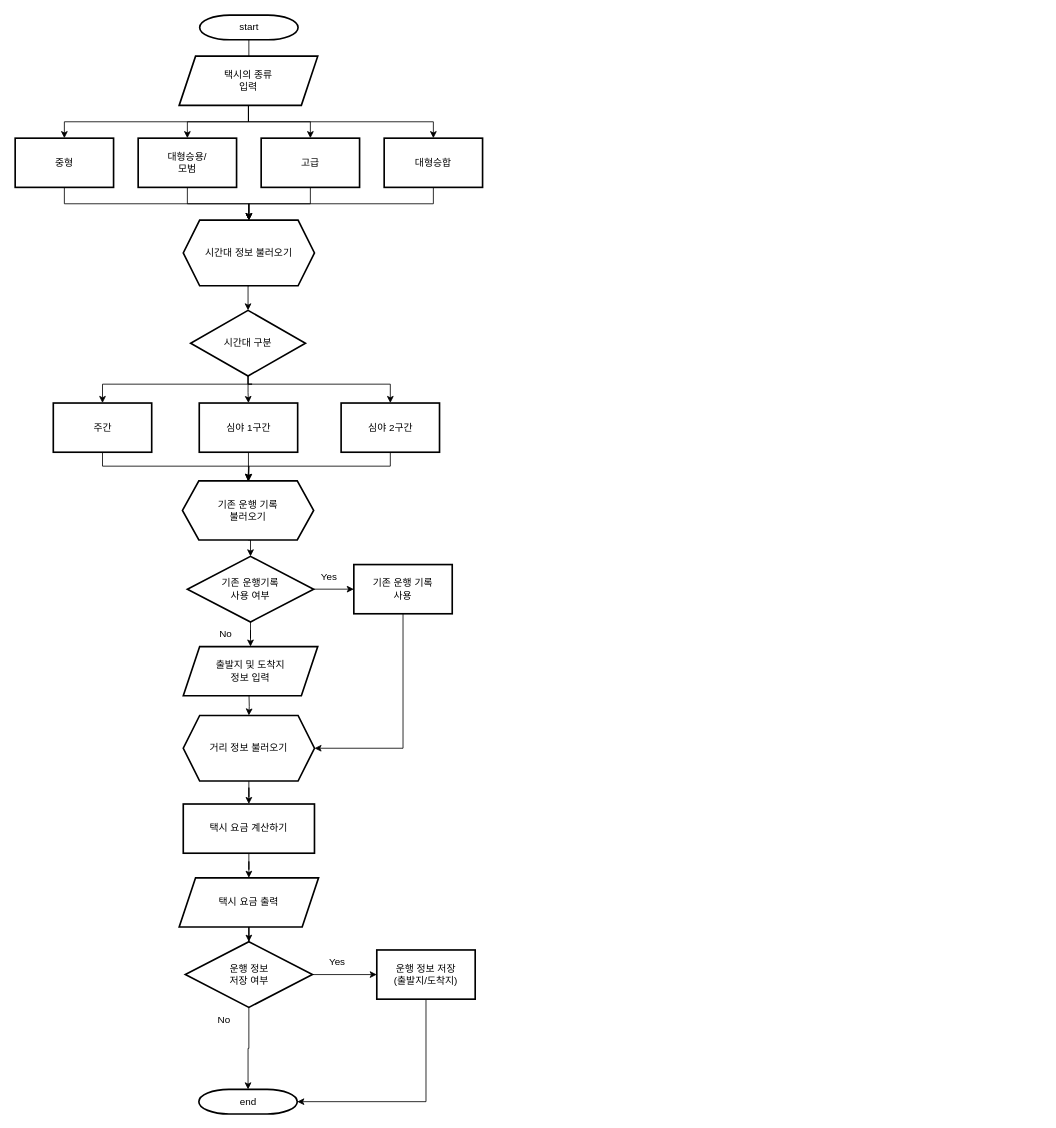
Before: taxifare.drawio in jen0707/Project_taxi, a draw.io diagram. Source tidied: cells renumbered, new cells numbered last; positions are measured from the earlier drawing's top-left corner, leaving out a move shared by most shapes. Both pictures are drawn from the tidied source at 82%, with x=0, y=0 at pixel (15, 15).
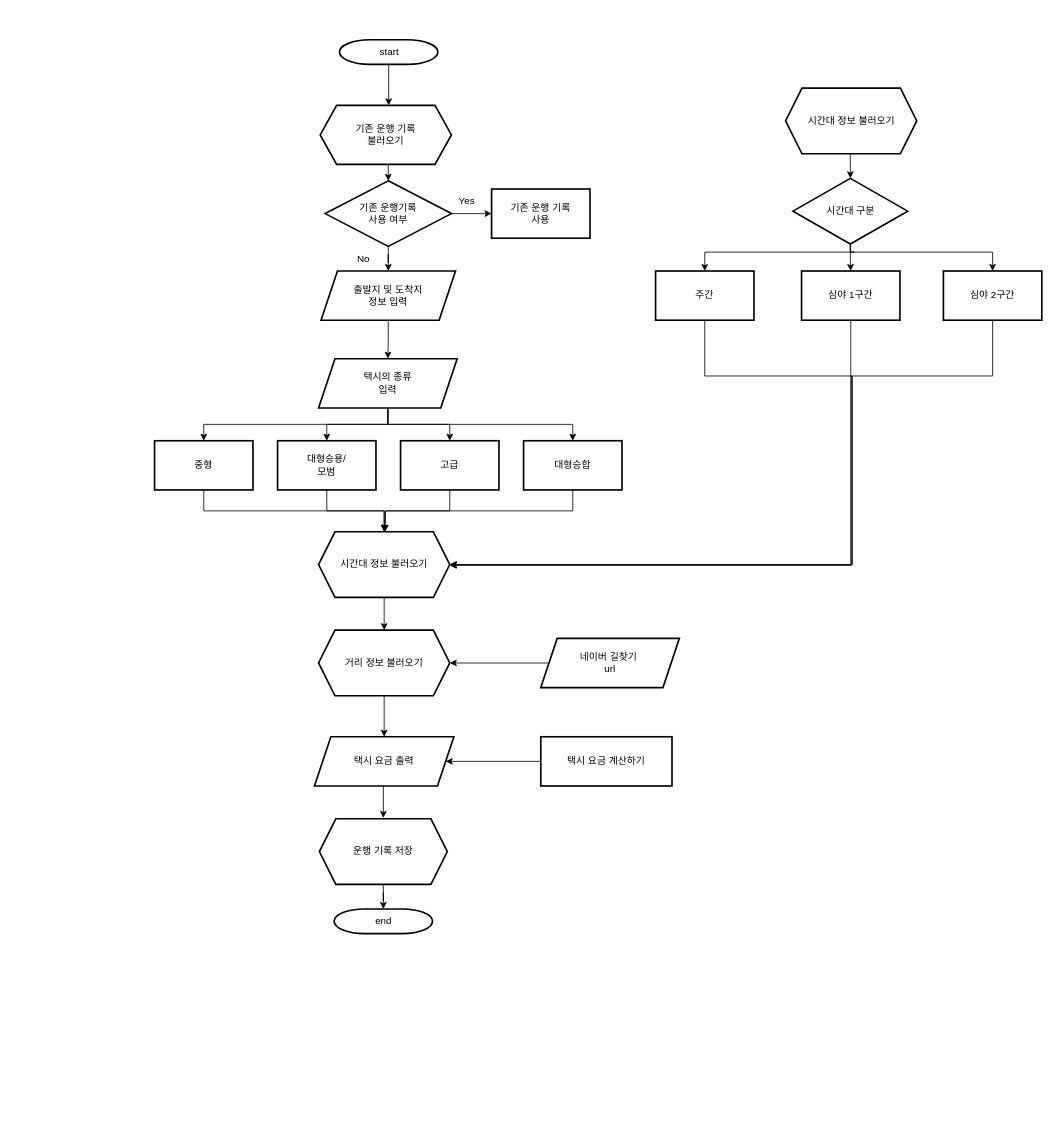
The same page after the edit.

Commit message:
최종 순서도 업데이트

What changed in the source:
```diff
@@
     <mxCell id="2" style="edgeStyle=orthogonalEdgeStyle;rounded=0;jettySize=auto;html=1;fontFamily=Helvetica;fontSize=12;fontColor=default;fontStyle=0;" parent="1" edge="1" source="3">
       <mxGeometry relative="1" as="geometry">
-        <mxPoint x="285" y="80" as="targetPoint" />
+        <mxPoint x="455.5" y="110" as="targetPoint" />
       </mxGeometry>
     </mxCell>
     <mxCell id="3" value="start" style="shape=mxgraph.flowchart.terminator;strokeWidth=2;gradientColor=none;gradientDirection=north;fontStyle=0;html=1;" parent="1" vertex="1">
-      <mxGeometry x="225" width="120" height="30" as="geometry" />
+      <mxGeometry x="395.5" y="30" width="120" height="30" as="geometry" />
     </mxCell>
@@
     <mxCell id="5" style="edgeStyle=orthogonalEdgeStyle;rounded=0;jettySize=auto;html=1;exitX=0.5;exitY=1;exitDx=0;exitDy=0;entryX=0.5;entryY=0;entryDx=0;entryDy=0;fontFamily=Helvetica;fontSize=12;fontColor=default;fontStyle=0;" parent="1" edge="1" source="7" target="16">
       <mxGeometry relative="1" as="geometry">
         <Array as="points">
-          <mxPoint x="289" y="450" />
-          <mxPoint x="111" y="450" />
+          <mxPoint x="1023.5" y="289" />
+          <mxPoint x="845.5" y="289" />
         </Array>
       </mxGeometry>
     </mxCell>
     <mxCell id="6" style="edgeStyle=orthogonalEdgeStyle;rounded=0;jettySize=auto;html=1;exitX=0.5;exitY=1;exitDx=0;exitDy=0;entryX=0.5;entryY=0;entryDx=0;entryDy=0;fontFamily=Helvetica;fontSize=12;fontColor=default;fontStyle=0;" parent="1" edge="1" source="7" target="18">
       <mxGeometry relative="1" as="geometry">
         <Array as="points">
-          <mxPoint x="289" y="450" />
-          <mxPoint x="462" y="450" />
+          <mxPoint x="1023.5" y="289" />
+          <mxPoint x="1196.5" y="289" />
         </Array>
       </mxGeometry>
     </mxCell>
     <mxCell id="7" value="시간대 구분" style="rhombus;whiteSpace=wrap;html=1;strokeWidth=2;gradientColor=none;gradientDirection=north;fontStyle=0;" parent="1" vertex="1">
-      <mxGeometry x="214" y="360" width="140" height="80" as="geometry" />
+      <mxGeometry x="948.5" y="199" width="140" height="80" as="geometry" />
     </mxCell>
-    <mxCell id="8" style="edgeStyle=orthogonalEdgeStyle;rounded=0;jettySize=auto;html=1;entryX=0.5;entryY=0;entryDx=0;entryDy=0;fontFamily=Helvetica;fontSize=12;fontColor=default;fontStyle=0;" parent="1" edge="1" source="9" target="30">
-      <mxGeometry relative="1" as="geometry" />
-    </mxCell>
+    <mxCell id="54" style="edgeStyle=orthogonalEdgeStyle;rounded=0;jettySize=auto;html=1;exitX=0.5;exitY=1;exitDx=0;exitDy=0;entryX=1;entryY=0.5;entryDx=0;entryDy=0;" parent="1" edge="1" source="9" target="67">
+      <mxGeometry relative="1" as="geometry">
+        <Array as="points">
+          <mxPoint x="1019" y="670" />
+        </Array>
+      </mxGeometry>
+    </mxCell>
     <mxCell id="9" value="심야 1구간" style="whiteSpace=wrap;html=1;strokeWidth=2;gradientColor=none;gradientDirection=north;fontStyle=0;" parent="1" vertex="1">
-      <mxGeometry x="224.5" y="473" width="120" height="60" as="geometry" />
+      <mxGeometry x="959" y="312" width="120" height="60" as="geometry" />
     </mxCell>
@@
     <mxCell id="12" style="edgeStyle=orthogonalEdgeStyle;rounded=0;jettySize=auto;html=1;entryX=0.5;entryY=0;entryDx=0;entryDy=0;fontFamily=Helvetica;fontSize=12;fontColor=default;fontStyle=0;" parent="1" edge="1" source="14" target="22">
       <mxGeometry relative="1" as="geometry">
         <Array as="points">
-          <mxPoint x="285" y="130" />
-          <mxPoint x="60" y="130" />
+          <mxPoint x="455" y="499" />
+          <mxPoint x="230" y="499" />
         </Array>
       </mxGeometry>
     </mxCell>
     <mxCell id="13" style="edgeStyle=orthogonalEdgeStyle;rounded=0;jettySize=auto;html=1;entryX=0.5;entryY=0;entryDx=0;entryDy=0;fontFamily=Helvetica;fontSize=12;fontColor=default;fontStyle=0;" parent="1" edge="1" source="14" target="28">
       <mxGeometry relative="1" as="geometry">
         <Array as="points">
-          <mxPoint x="285" y="130" />
-          <mxPoint x="510" y="130" />
+          <mxPoint x="455" y="499" />
+          <mxPoint x="680" y="499" />
         </Array>
       </mxGeometry>
     </mxCell>
     <mxCell id="14" value="택시의 종류&lt;div&gt;입력&lt;/div&gt;" style="shape=parallelogram;perimeter=parallelogramPerimeter;whiteSpace=wrap;html=1;fixedSize=1;strokeColor=default;strokeWidth=2;align=center;verticalAlign=middle;fontFamily=Helvetica;fontSize=12;fontColor=default;fontStyle=0;fillColor=default;gradientColor=none;gradientDirection=north;" parent="1" vertex="1">
-      <mxGeometry x="200" y="50" width="169" height="60" as="geometry" />
+      <mxGeometry x="370" y="419" width="169" height="60" as="geometry" />
     </mxCell>
-    <mxCell id="15" style="edgeStyle=orthogonalEdgeStyle;rounded=0;jettySize=auto;html=1;exitX=0.5;exitY=1;exitDx=0;exitDy=0;fontFamily=Helvetica;fontSize=12;fontColor=default;fontStyle=0;" parent="1" edge="1" source="16" target="30">
-      <mxGeometry relative="1" as="geometry">
-        <Array as="points">
-          <mxPoint x="107" y="550" />
-          <mxPoint x="285" y="550" />
-        </Array>
-      </mxGeometry>
-    </mxCell>
+    <mxCell id="55" style="edgeStyle=orthogonalEdgeStyle;rounded=0;jettySize=auto;html=1;exitX=0.5;exitY=1;exitDx=0;exitDy=0;" parent="1" edge="1" source="16" target="67">
+      <mxGeometry relative="1" as="geometry">
+        <Array as="points">
+          <mxPoint x="841" y="440" />
+          <mxPoint x="1021" y="440" />
+          <mxPoint x="1021" y="670" />
+        </Array>
+      </mxGeometry>
+    </mxCell>
     <mxCell id="16" value="주간" style="whiteSpace=wrap;html=1;strokeWidth=2;gradientColor=none;gradientDirection=north;fontStyle=0;" parent="1" vertex="1">
-      <mxGeometry x="46.5" y="473" width="120" height="60" as="geometry" />
+      <mxGeometry x="781" y="312" width="120" height="60" as="geometry" />
     </mxCell>
-    <mxCell id="17" style="edgeStyle=orthogonalEdgeStyle;rounded=0;jettySize=auto;html=1;entryX=0.5;entryY=0;entryDx=0;entryDy=0;fontFamily=Helvetica;fontSize=12;fontColor=default;fontStyle=0;" parent="1" edge="1" source="18" target="30">
-      <mxGeometry relative="1" as="geometry">
-        <Array as="points">
-          <mxPoint x="458" y="550" />
-          <mxPoint x="285" y="550" />
-        </Array>
-      </mxGeometry>
-    </mxCell>
+    <mxCell id="56" style="edgeStyle=orthogonalEdgeStyle;rounded=0;orthogonalLoop=1;jettySize=auto;html=1;exitX=0.5;exitY=1;exitDx=0;exitDy=0;" parent="1" edge="1">
+      <mxGeometry relative="1" as="geometry">
+        <mxPoint x="1192" y="373" as="sourcePoint" />
+        <mxPoint x="530" y="671" as="targetPoint" />
+        <Array as="points">
+          <mxPoint x="1192" y="440" />
+          <mxPoint x="1020" y="440" />
+          <mxPoint x="1020" y="671" />
+        </Array>
+      </mxGeometry>
+    </mxCell>
     <mxCell id="18" value="심야 2구간" style="whiteSpace=wrap;html=1;strokeWidth=2;gradientColor=none;gradientDirection=north;fontStyle=0;" parent="1" vertex="1">
-      <mxGeometry x="397.5" y="473" width="120" height="60" as="geometry" />
+      <mxGeometry x="1132" y="312" width="120" height="60" as="geometry" />
     </mxCell>
@@
     <mxCell id="20" value="시간대 정보 불러오기" style="shape=hexagon;perimeter=hexagonPerimeter2;whiteSpace=wrap;html=1;fixedSize=1;strokeColor=default;strokeWidth=2;align=center;verticalAlign=middle;fontFamily=Helvetica;fontSize=12;fontColor=default;fontStyle=0;fillColor=default;gradientColor=none;gradientDirection=north;" parent="1" vertex="1">
-      <mxGeometry x="205" y="250" width="160" height="80" as="geometry" />
+      <mxGeometry x="939.5" y="89" width="160" height="80" as="geometry" />
     </mxCell>
-    <mxCell id="21" style="edgeStyle=orthogonalEdgeStyle;rounded=0;jettySize=auto;html=1;exitX=0.5;exitY=1;exitDx=0;exitDy=0;entryX=0.5;entryY=0;entryDx=0;entryDy=0;fontFamily=Helvetica;fontSize=12;fontColor=default;fontStyle=0;" parent="1" edge="1" source="22" target="20">
-      <mxGeometry relative="1" as="geometry" />
-    </mxCell>
+    <mxCell id="57" style="edgeStyle=orthogonalEdgeStyle;rounded=0;jettySize=auto;html=1;exitX=0.5;exitY=1;exitDx=0;exitDy=0;" parent="1" edge="1" source="22" target="67">
+      <mxGeometry relative="1" as="geometry" />
+    </mxCell>
     <mxCell id="22" value="중형" style="whiteSpace=wrap;html=1;strokeWidth=2;fontStyle=0;gradientColor=none;gradientDirection=north;" parent="1" vertex="1">
-      <mxGeometry y="150" width="120" height="60" as="geometry" />
+      <mxGeometry x="170" y="519" width="120" height="60" as="geometry" />
     </mxCell>
-    <mxCell id="23" style="edgeStyle=orthogonalEdgeStyle;rounded=0;jettySize=auto;html=1;exitX=0.5;exitY=1;exitDx=0;exitDy=0;entryX=0.5;entryY=0;entryDx=0;entryDy=0;fontFamily=Helvetica;fontSize=12;fontColor=default;fontStyle=0;" parent="1" edge="1" source="24" target="20">
-      <mxGeometry relative="1" as="geometry" />
-    </mxCell>
+    <mxCell id="58" style="edgeStyle=orthogonalEdgeStyle;rounded=0;jettySize=auto;html=1;exitX=0.5;exitY=1;exitDx=0;exitDy=0;entryX=0.5;entryY=0;entryDx=0;entryDy=0;" parent="1" edge="1" source="24" target="67">
+      <mxGeometry relative="1" as="geometry" />
+    </mxCell>
     <mxCell id="24" value="대형승용/&lt;div&gt;모범&lt;/div&gt;" style="whiteSpace=wrap;html=1;strokeWidth=2;fontStyle=0;gradientColor=none;gradientDirection=north;" parent="1" vertex="1">
-      <mxGeometry x="150" y="150" width="120" height="60" as="geometry" />
+      <mxGeometry x="320" y="519" width="120" height="60" as="geometry" />
     </mxCell>
-    <mxCell id="25" style="edgeStyle=orthogonalEdgeStyle;rounded=0;jettySize=auto;html=1;exitX=0.5;exitY=1;exitDx=0;exitDy=0;entryX=0.5;entryY=0;entryDx=0;entryDy=0;fontFamily=Helvetica;fontSize=12;fontColor=default;fontStyle=0;" parent="1" edge="1" source="26" target="20">
-      <mxGeometry relative="1" as="geometry" />
-    </mxCell>
+    <mxCell id="59" style="edgeStyle=orthogonalEdgeStyle;rounded=0;jettySize=auto;html=1;exitX=0.5;exitY=1;exitDx=0;exitDy=0;" parent="1" edge="1" source="26">
+      <mxGeometry relative="1" as="geometry">
+        <mxPoint x="451" y="630" as="targetPoint" />
+      </mxGeometry>
+    </mxCell>
     <mxCell id="26" value="고급" style="whiteSpace=wrap;html=1;strokeWidth=2;fontStyle=0;gradientColor=none;gradientDirection=north;" parent="1" vertex="1">
-      <mxGeometry x="300" y="150" width="120" height="60" as="geometry" />
+      <mxGeometry x="470" y="519" width="120" height="60" as="geometry" />
     </mxCell>
-    <mxCell id="27" style="edgeStyle=orthogonalEdgeStyle;rounded=0;jettySize=auto;html=1;exitX=0.5;exitY=1;exitDx=0;exitDy=0;entryX=0.5;entryY=0;entryDx=0;entryDy=0;fontFamily=Helvetica;fontSize=12;fontColor=default;fontStyle=0;" parent="1" edge="1" source="28" target="20">
-      <mxGeometry relative="1" as="geometry" />
-    </mxCell>
+    <mxCell id="60" style="edgeStyle=orthogonalEdgeStyle;rounded=0;jettySize=auto;html=1;exitX=0.5;exitY=1;exitDx=0;exitDy=0;" parent="1" edge="1" source="28">
+      <mxGeometry relative="1" as="geometry">
+        <mxPoint x="451" y="630" as="targetPoint" />
+      </mxGeometry>
+    </mxCell>
     <mxCell id="28" value="대형승합" style="whiteSpace=wrap;html=1;strokeWidth=2;fontStyle=0;gradientColor=none;gradientDirection=north;" parent="1" vertex="1">
-      <mxGeometry x="450" y="150" width="120" height="60" as="geometry" />
+      <mxGeometry x="620" y="519" width="120" height="60" as="geometry" />
     </mxCell>
@@
     <mxCell id="30" value="기존 운행 기록&lt;div&gt;불러오기&lt;/div&gt;" style="shape=hexagon;perimeter=hexagonPerimeter2;whiteSpace=wrap;html=1;fixedSize=1;strokeColor=default;strokeWidth=2;align=center;verticalAlign=middle;fontFamily=Helvetica;fontSize=12;fontColor=default;fontStyle=0;fillColor=default;gradientColor=none;gradientDirection=north;" parent="1" vertex="1">
-      <mxGeometry x="204" y="568" width="160" height="72" as="geometry" />
+      <mxGeometry x="372" y="110" width="160" height="72" as="geometry" />
     </mxCell>
@@
     <mxCell id="33" value="기존 운행기록&lt;div&gt;사용 여부&lt;/div&gt;" style="rhombus;whiteSpace=wrap;html=1;strokeWidth=2;fontStyle=0;gradientColor=none;gradientDirection=north;" parent="1" vertex="1">
-      <mxGeometry x="210" y="660" width="154" height="80" as="geometry" />
+      <mxGeometry x="378" y="202" width="154" height="80" as="geometry" />
     </mxCell>
-    <mxCell id="34" style="edgeStyle=orthogonalEdgeStyle;rounded=0;jettySize=auto;html=1;exitX=0.5;exitY=1;exitDx=0;exitDy=0;entryX=1;entryY=0.5;entryDx=0;entryDy=0;fontFamily=Helvetica;fontSize=12;fontColor=default;fontStyle=0;" parent="1" edge="1" source="35" target="41">
-      <mxGeometry relative="1" as="geometry" />
-    </mxCell>
     <mxCell id="35" value="기존 운행 기록&lt;div&gt;사용&lt;/div&gt;" style="whiteSpace=wrap;html=1;strokeWidth=2;fontStyle=0;gradientColor=none;gradientDirection=north;" parent="1" vertex="1">
-      <mxGeometry x="413" y="670" width="120" height="60" as="geometry" />
+      <mxGeometry x="581" y="212" width="120" height="60" as="geometry" />
     </mxCell>
     <mxCell id="36" value="Yes" style="text;html=1;align=center;verticalAlign=middle;whiteSpace=wrap;rounded=0;fontFamily=Helvetica;fontSize=12;fontColor=default;fontStyle=0;" parent="1" vertex="1">
-      <mxGeometry x="353" y="670" width="60" height="30" as="geometry" />
+      <mxGeometry x="521" y="212" width="60" height="30" as="geometry" />
     </mxCell>
     <mxCell id="37" value="No" style="text;html=1;align=center;verticalAlign=middle;whiteSpace=wrap;rounded=0;fontFamily=Helvetica;fontSize=12;fontColor=default;fontStyle=0;" parent="1" vertex="1">
-      <mxGeometry x="227" y="740" width="60" height="30" as="geometry" />
+      <mxGeometry x="395" y="282" width="60" height="30" as="geometry" />
     </mxCell>
-    <mxCell id="38" style="edgeStyle=orthogonalEdgeStyle;rounded=0;jettySize=auto;html=1;fontFamily=Helvetica;fontSize=12;fontColor=default;fontStyle=0;" parent="1" edge="1" target="41">
-      <mxGeometry relative="1" as="geometry">
-        <mxPoint x="285" y="822" as="sourcePoint" />
-      </mxGeometry>
-    </mxCell>
+    <mxCell id="61" style="edgeStyle=orthogonalEdgeStyle;rounded=0;jettySize=auto;html=1;" parent="1" edge="1" source="39" target="14">
+      <mxGeometry relative="1" as="geometry" />
+    </mxCell>
     <mxCell id="39" value="출발지 및 도착지&lt;div&gt;정보 입력&lt;/div&gt;" style="shape=parallelogram;perimeter=parallelogramPerimeter;whiteSpace=wrap;html=1;fixedSize=1;strokeWidth=2;fontStyle=0;gradientColor=none;gradientDirection=north;" parent="1" vertex="1">
-      <mxGeometry x="205" y="770" width="164" height="60" as="geometry" />
+      <mxGeometry x="373" y="312" width="164" height="60" as="geometry" />
     </mxCell>
-    <mxCell id="40" style="edgeStyle=orthogonalEdgeStyle;rounded=0;jettySize=auto;html=1;fontFamily=Helvetica;fontSize=12;fontColor=default;fontStyle=0;" parent="1" edge="1" source="41" target="43">
-      <mxGeometry relative="1" as="geometry" />
-    </mxCell>
+    <mxCell id="62" style="edgeStyle=orthogonalEdgeStyle;rounded=0;jettySize=auto;html=1;" parent="1" edge="1" source="41" target="45">
+      <mxGeometry relative="1" as="geometry" />
+    </mxCell>
     <mxCell id="41" value="거리 정보 불러오기" style="shape=hexagon;perimeter=hexagonPerimeter2;whiteSpace=wrap;html=1;fixedSize=1;strokeColor=default;strokeWidth=2;align=center;verticalAlign=middle;fontFamily=Helvetica;fontSize=12;fontColor=default;fontStyle=0;fillColor=default;gradientColor=none;gradientDirection=north;" parent="1" vertex="1">
-      <mxGeometry x="205" y="854" width="160" height="80" as="geometry" />
+      <mxGeometry x="370" y="750" width="160" height="80" as="geometry" />
     </mxCell>
@@
     <mxCell id="43" value="택시 요금 계산하기" style="whiteSpace=wrap;html=1;strokeWidth=2;fontStyle=0;gradientColor=none;gradientDirection=north;" parent="1" vertex="1">
-      <mxGeometry x="205" y="962" width="160" height="60" as="geometry" />
+      <mxGeometry x="641" y="880" width="160" height="60" as="geometry" />
     </mxCell>
-    <mxCell id="44" style="edgeStyle=orthogonalEdgeStyle;rounded=0;jettySize=auto;html=1;fontFamily=Helvetica;fontSize=12;fontColor=default;fontStyle=0;" parent="1" edge="1" source="45" target="47">
-      <mxGeometry relative="1" as="geometry" />
-    </mxCell>
+    <mxCell id="63" style="edgeStyle=orthogonalEdgeStyle;rounded=0;jettySize=auto;html=1;exitX=0.5;exitY=1;exitDx=0;exitDy=0;entryX=0.5;entryY=0;entryDx=0;entryDy=0;" parent="1" edge="1" source="45" target="65">
+      <mxGeometry relative="1" as="geometry" />
+    </mxCell>
     <mxCell id="45" value="택시 요금 출력" style="shape=parallelogram;perimeter=parallelogramPerimeter;whiteSpace=wrap;html=1;fixedSize=1;strokeWidth=2;fontStyle=0;gradientColor=none;gradientDirection=north;" parent="1" vertex="1">
-      <mxGeometry x="200" y="1052" width="170" height="60" as="geometry" />
+      <mxGeometry x="365" y="880" width="170" height="60" as="geometry" />
     </mxCell>
-    <mxCell id="46" style="edgeStyle=orthogonalEdgeStyle;rounded=0;jettySize=auto;html=1;fontFamily=Helvetica;fontSize=12;fontColor=default;fontStyle=0;" parent="1" edge="1" source="47" target="48">
-      <mxGeometry relative="1" as="geometry" />
-    </mxCell>
-    <mxCell id="47" value="운행 정보&lt;div&gt;저장 여부&lt;/div&gt;" style="rhombus;whiteSpace=wrap;html=1;strokeWidth=2;fontStyle=0;gradientColor=none;gradientDirection=north;" parent="1" vertex="1">
-      <mxGeometry x="207.5" y="1130" width="155" height="80" as="geometry" />
-    </mxCell>
-    <mxCell id="48" value="운행 정보 저장&lt;div&gt;(출발지/도착지)&lt;/div&gt;" style="whiteSpace=wrap;html=1;strokeWidth=2;fontStyle=0;gradientColor=none;gradientDirection=north;" parent="1" vertex="1">
-      <mxGeometry x="441" y="1140" width="120" height="60" as="geometry" />
-    </mxCell>
     <mxCell id="49" value="end" style="shape=mxgraph.flowchart.terminator;strokeWidth=2;gradientColor=none;gradientDirection=north;fontStyle=0;html=1;" parent="1" vertex="1">
-      <mxGeometry x="224" y="1310" width="120" height="30" as="geometry" />
+      <mxGeometry x="389" y="1090" width="120" height="30" as="geometry" />
     </mxCell>
-    <mxCell id="50" value="Yes" style="text;html=1;align=center;verticalAlign=middle;whiteSpace=wrap;rounded=0;fontFamily=Helvetica;fontSize=12;fontColor=default;fontStyle=0;" parent="1" vertex="1">
-      <mxGeometry x="362.5" y="1140" width="60" height="30" as="geometry" />
-    </mxCell>
-    <mxCell id="51" style="edgeStyle=orthogonalEdgeStyle;rounded=0;jettySize=auto;html=1;exitX=0.5;exitY=1;exitDx=0;exitDy=0;entryX=0.5;entryY=0;entryDx=0;entryDy=0;entryPerimeter=0;fontFamily=Helvetica;fontSize=12;fontColor=default;fontStyle=0;" parent="1" edge="1" source="47" target="49">
-      <mxGeometry relative="1" as="geometry" />
-    </mxCell>
-    <mxCell id="52" value="No" style="text;html=1;align=center;verticalAlign=middle;whiteSpace=wrap;rounded=0;fontFamily=Helvetica;fontSize=12;fontColor=default;fontStyle=0;" parent="1" vertex="1">
-      <mxGeometry x="225" y="1210" width="60" height="30" as="geometry" />
-    </mxCell>
-    <mxCell id="53" style="edgeStyle=orthogonalEdgeStyle;rounded=0;jettySize=auto;html=1;exitX=0.5;exitY=1;exitDx=0;exitDy=0;entryX=1;entryY=0.5;entryDx=0;entryDy=0;entryPerimeter=0;fontFamily=Helvetica;fontSize=12;fontColor=default;fontStyle=0;" parent="1" edge="1" source="48" target="49">
-      <mxGeometry relative="1" as="geometry" />
-    </mxCell>
+    <mxCell id="64" style="edgeStyle=orthogonalEdgeStyle;rounded=0;jettySize=auto;html=1;" parent="1" edge="1" source="65" target="49">
+      <mxGeometry relative="1" as="geometry" />
+    </mxCell>
+    <mxCell id="65" value="운행 기록 저장" style="shape=hexagon;perimeter=hexagonPerimeter2;whiteSpace=wrap;html=1;fixedSize=1;perimeterSpacing=1;strokeWidth=2;" parent="1" vertex="1">
+      <mxGeometry x="371" y="980" width="156" height="80" as="geometry" />
+    </mxCell>
+    <mxCell id="66" style="edgeStyle=orthogonalEdgeStyle;rounded=0;jettySize=auto;html=1;exitX=0.5;exitY=1;exitDx=0;exitDy=0;" parent="1" edge="1" source="67" target="41">
+      <mxGeometry relative="1" as="geometry" />
+    </mxCell>
+    <mxCell id="67" value="시간대 정보 불러오기" style="shape=hexagon;perimeter=hexagonPerimeter2;whiteSpace=wrap;html=1;fixedSize=1;strokeColor=default;strokeWidth=2;align=center;verticalAlign=middle;fontFamily=Helvetica;fontSize=12;fontColor=default;fontStyle=0;fillColor=default;gradientColor=none;gradientDirection=north;" parent="1" vertex="1">
+      <mxGeometry x="370" y="630" width="160" height="80" as="geometry" />
+    </mxCell>
+    <mxCell id="68" style="edgeStyle=orthogonalEdgeStyle;rounded=0;jettySize=auto;html=1;entryX=1;entryY=0.5;entryDx=0;entryDy=0;" parent="1" edge="1" source="69" target="41">
+      <mxGeometry relative="1" as="geometry" />
+    </mxCell>
+    <mxCell id="69" value="네이버 길찾기&amp;nbsp;&lt;div&gt;url&lt;/div&gt;" style="shape=parallelogram;perimeter=parallelogramPerimeter;whiteSpace=wrap;html=1;fixedSize=1;strokeColor=default;strokeWidth=2;align=center;verticalAlign=middle;fontFamily=Helvetica;fontSize=12;fontColor=default;fontStyle=0;fillColor=default;gradientColor=none;gradientDirection=north;" parent="1" vertex="1">
+      <mxGeometry x="641" y="760" width="169" height="60" as="geometry" />
+    </mxCell>
```
